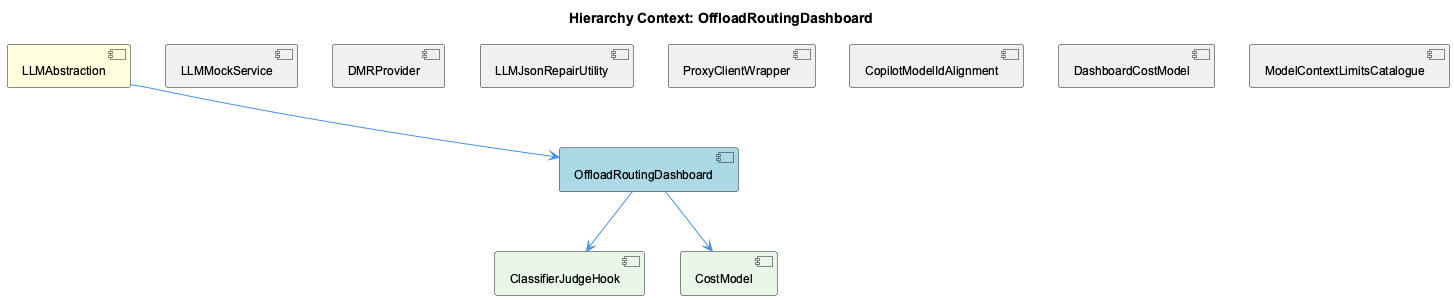
Before: knowledge-management/insights/images/offload-routing-dashboard-relationship.png, a diagram exported from PlantUML (fwornle/coding). Its diagram source:
```plantuml
@startuml
!include _standard-style.puml

title Hierarchy Context: OffloadRoutingDashboard

[LLMAbstraction] as llmabstraction #FFFFDD
[OffloadRoutingDashboard] as offload_routing_dashboard #LightBlue
[LLMMockService] as llmmock_service #F0F0F0
[DMRProvider] as dmrprovider #F0F0F0
[LLMJsonRepairUtility] as llmjson_repair_utility #F0F0F0
[ProxyClientWrapper] as proxy_client_wrapper #F0F0F0
[CopilotModelIdAlignment] as copilot_model_id_alignment #F0F0F0
[DashboardCostModel] as dashboard_cost_model #F0F0F0
[ModelContextLimitsCatalogue] as model_context_limits_catalogue #F0F0F0
[ClassifierJudgeHook] as classifier_judge_hook #E8F5E8
[CostModel] as cost_model #E8F5E8

llmabstraction --> offload_routing_dashboard
llmmock_service -[hidden]- offload_routing_dashboard
dmrprovider -[hidden]- offload_routing_dashboard
llmjson_repair_utility -[hidden]- offload_routing_dashboard
proxy_client_wrapper -[hidden]- offload_routing_dashboard
copilot_model_id_alignment -[hidden]- offload_routing_dashboard
dashboard_cost_model -[hidden]- offload_routing_dashboard
model_context_limits_catalogue -[hidden]- offload_routing_dashboard
offload_routing_dashboard --> classifier_judge_hook
offload_routing_dashboard --> cost_model

@enduml
```
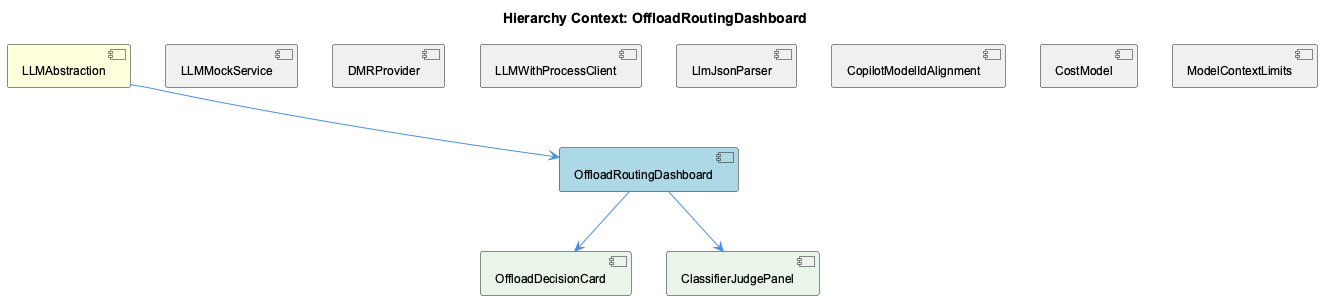
Later version of the same file.

What changed in the source:
```diff
@@ -7,23 +7,23 @@
 [OffloadRoutingDashboard] as offload_routing_dashboard #LightBlue
 [LLMMockService] as llmmock_service #F0F0F0
 [DMRProvider] as dmrprovider #F0F0F0
-[LLMJsonRepairUtility] as llmjson_repair_utility #F0F0F0
-[ProxyClientWrapper] as proxy_client_wrapper #F0F0F0
+[LLMWithProcessClient] as llmwith_process_client #F0F0F0
+[LlmJsonParser] as llm_json_parser #F0F0F0
 [CopilotModelIdAlignment] as copilot_model_id_alignment #F0F0F0
-[DashboardCostModel] as dashboard_cost_model #F0F0F0
-[ModelContextLimitsCatalogue] as model_context_limits_catalogue #F0F0F0
-[ClassifierJudgeHook] as classifier_judge_hook #E8F5E8
-[CostModel] as cost_model #E8F5E8
+[CostModel] as cost_model #F0F0F0
+[ModelContextLimits] as model_context_limits #F0F0F0
+[OffloadDecisionCard] as offload_decision_card #E8F5E8
+[ClassifierJudgePanel] as classifier_judge_panel #E8F5E8
 
 llmabstraction --> offload_routing_dashboard
 llmmock_service -[hidden]- offload_routing_dashboard
 dmrprovider -[hidden]- offload_routing_dashboard
-llmjson_repair_utility -[hidden]- offload_routing_dashboard
-proxy_client_wrapper -[hidden]- offload_routing_dashboard
+llmwith_process_client -[hidden]- offload_routing_dashboard
+llm_json_parser -[hidden]- offload_routing_dashboard
 copilot_model_id_alignment -[hidden]- offload_routing_dashboard
-dashboard_cost_model -[hidden]- offload_routing_dashboard
-model_context_limits_catalogue -[hidden]- offload_routing_dashboard
-offload_routing_dashboard --> classifier_judge_hook
-offload_routing_dashboard --> cost_model
+cost_model -[hidden]- offload_routing_dashboard
+model_context_limits -[hidden]- offload_routing_dashboard
+offload_routing_dashboard --> offload_decision_card
+offload_routing_dashboard --> classifier_judge_panel
 
 @enduml
```
